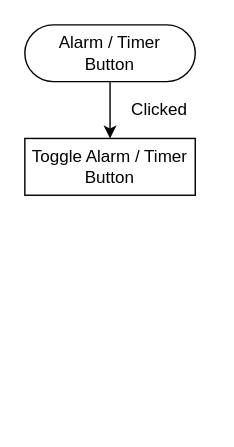
Before: trash/algorithm.dio in LunarCodeZ/Digital-Clock, a draw.io diagram. Source tidied: cells renumbered, new cells numbered last; positions are measured from the earlier drawing's top-left corner, leaving out a move shared by most shapes. Both pictures are drawn from the tidied source at 142%, with x=0, y=0 at pixel (24, 24).
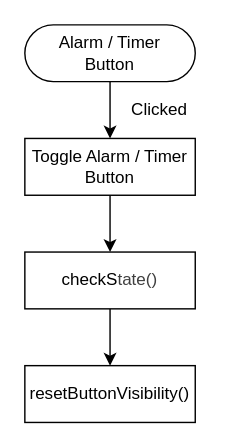
After the change.

The edit, as a diff of the source:
```diff
@@
 <mxGraphModel>
   <root>
     <mxCell id="0" />
     <mxCell id="1" parent="0" />
+    <mxCell id="6" style="edgeStyle=none;html=1;exitX=0.5;exitY=1;exitDx=0;exitDy=0;" parent="1" edge="1" source="2" target="8">
+      <mxGeometry relative="1" as="geometry" />
+    </mxCell>
     <mxCell id="2" value="Toggle Alarm / Timer&lt;div&gt;Button&lt;/div&gt;" style="html=1;dashed=0;whiteSpace=wrap;" parent="1" vertex="1">
       <mxGeometry y="80" width="120" height="40" as="geometry" />
     </mxCell>
     <mxCell id="3" style="edgeStyle=none;html=1;exitX=0.5;exitY=0.5;exitDx=0;exitDy=20;exitPerimeter=0;entryX=0.5;entryY=0;entryDx=0;entryDy=0;" parent="1" edge="1" source="4" target="2">
       <mxGeometry relative="1" as="geometry" />
     </mxCell>
     <mxCell id="4" value="Alarm / Timer&lt;div&gt;Button&lt;/div&gt;" style="html=1;dashed=0;whiteSpace=wrap;shape=mxgraph.dfd.start;" parent="1" vertex="1">
       <mxGeometry width="120" height="40" as="geometry" />
     </mxCell>
     <mxCell id="5" value="Clicked" style="text;html=1;align=center;verticalAlign=middle;whiteSpace=wrap;rounded=0;" parent="1" vertex="1">
       <mxGeometry x="60" y="40" width="70" height="40" as="geometry" />
     </mxCell>
+    <mxCell id="7" style="edgeStyle=none;html=1;exitX=0.5;exitY=1;exitDx=0;exitDy=0;entryX=0.5;entryY=0;entryDx=0;entryDy=0;" parent="1" edge="1" source="8" target="9">
+      <mxGeometry relative="1" as="geometry" />
+    </mxCell>
+    <mxCell id="8" value="&lt;span style=&quot;background-color: transparent;&quot;&gt;&lt;font color=&quot;#000000&quot;&gt;checkS&lt;/font&gt;&lt;/span&gt;&lt;span style=&quot;color: rgb(63, 63, 63); background-color: transparent;&quot;&gt;tate()&lt;/span&gt;" style="rounded=0;whiteSpace=wrap;html=1;" parent="1" vertex="1">
+      <mxGeometry y="160" width="120" height="40" as="geometry" />
+    </mxCell>
+    <mxCell id="9" value="resetButtonVisibility()" style="rounded=0;whiteSpace=wrap;html=1;" parent="1" vertex="1">
+      <mxGeometry y="240" width="120" height="40" as="geometry" />
+    </mxCell>
   </root>
 </mxGraphModel>
```
